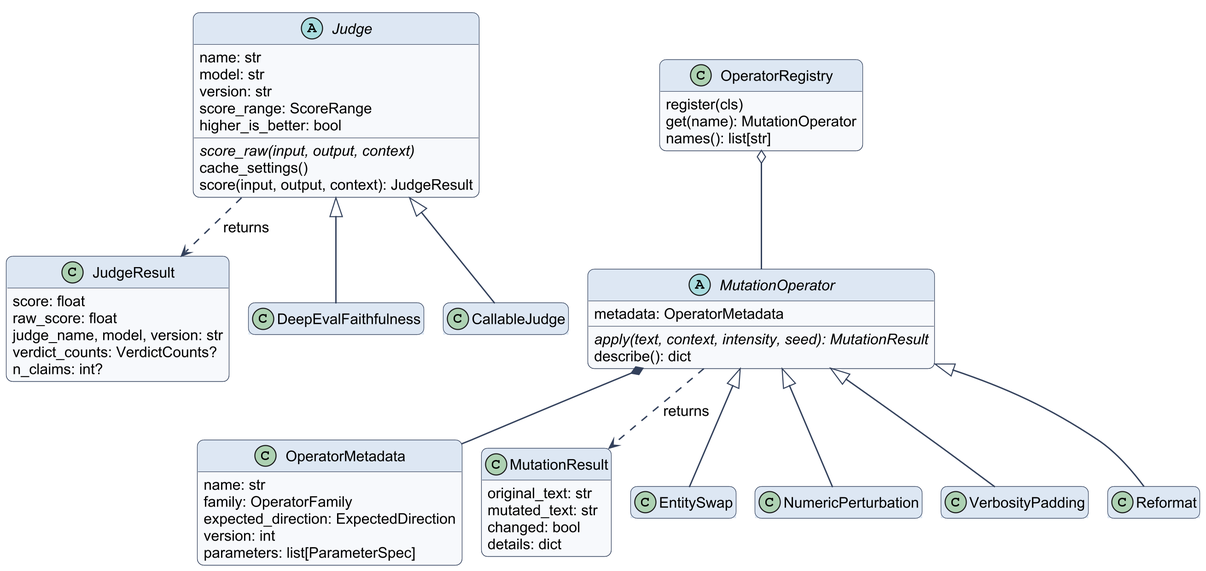
This is docs/fdd/diagrams/class_core.png from SeniorDesignL13/Mutation-Testing, a PlantUML export, as it was before one commit. Its diagram source:
```plantuml
@startuml
!include _style.iuml
!pragma layout smetana
hide empty members
abstract class Judge {
  name: str
  model: str
  version: str
  score_range: ScoreRange
  higher_is_better: bool
  {abstract} score_raw(input, output, context)
  cache_settings()
  score(input, output, context): JudgeResult
}
class JudgeResult {
  score: float
  raw_score: float
  judge_name, model, version: str
  verdict_counts: VerdictCounts?
  n_claims: int?
}
class DeepEvalFaithfulness
class CallableJudge
abstract class MutationOperator {
  metadata: OperatorMetadata
  {abstract} apply(text, context, intensity, seed): MutationResult
  describe(): dict
}
class OperatorMetadata {
  name: str
  family: OperatorFamily
  expected_direction: ExpectedDirection
  version: int
  parameters: list[ParameterSpec]
}
class MutationResult {
  original_text: str
  mutated_text: str
  changed: bool
  details: dict
}
class OperatorRegistry {
  register(cls)
  get(name): MutationOperator
  names(): list[str]
}
class EntitySwap
class NumericPerturbation
class VerbosityPadding
class Reformat
Judge <|-- DeepEvalFaithfulness
Judge <|-- CallableJudge
Judge ..> JudgeResult : returns
MutationOperator <|-- EntitySwap
MutationOperator <|-- NumericPerturbation
MutationOperator <|-- VerbosityPadding
MutationOperator <|-- Reformat
MutationOperator *-- OperatorMetadata
MutationOperator ..> MutationResult : returns
OperatorRegistry o-- MutationOperator
@enduml
```
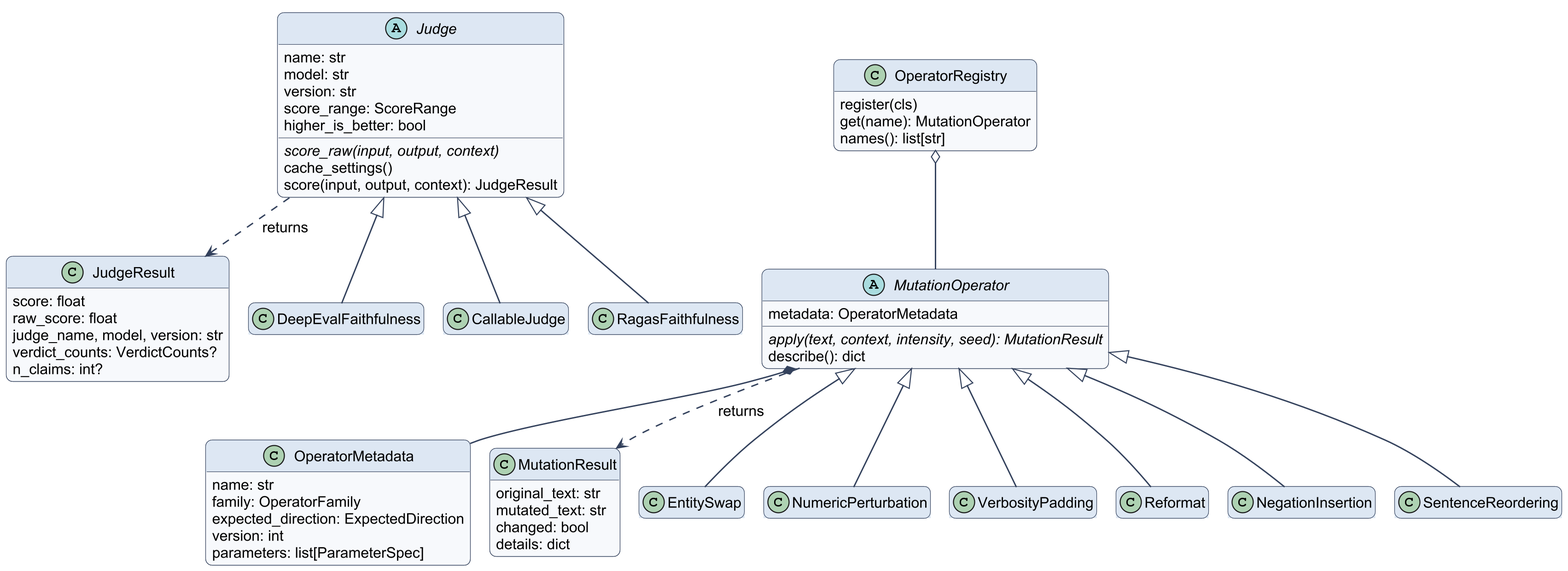
Later version of the same file.

Change to the diagram source:
```diff
@@ -21,6 +21,7 @@
 }
 class DeepEvalFaithfulness
 class CallableJudge
+class RagasFaithfulness
 abstract class MutationOperator {
   metadata: OperatorMetadata
   {abstract} apply(text, context, intensity, seed): MutationResult
@@ -48,13 +49,18 @@
 class NumericPerturbation
 class VerbosityPadding
 class Reformat
+class NegationInsertion
+class SentenceReordering
 Judge <|-- DeepEvalFaithfulness
 Judge <|-- CallableJudge
+Judge <|-- RagasFaithfulness
 Judge ..> JudgeResult : returns
 MutationOperator <|-- EntitySwap
 MutationOperator <|-- NumericPerturbation
 MutationOperator <|-- VerbosityPadding
 MutationOperator <|-- Reformat
+MutationOperator <|-- NegationInsertion
+MutationOperator <|-- SentenceReordering
 MutationOperator *-- OperatorMetadata
 MutationOperator ..> MutationResult : returns
 OperatorRegistry o-- MutationOperator
```
